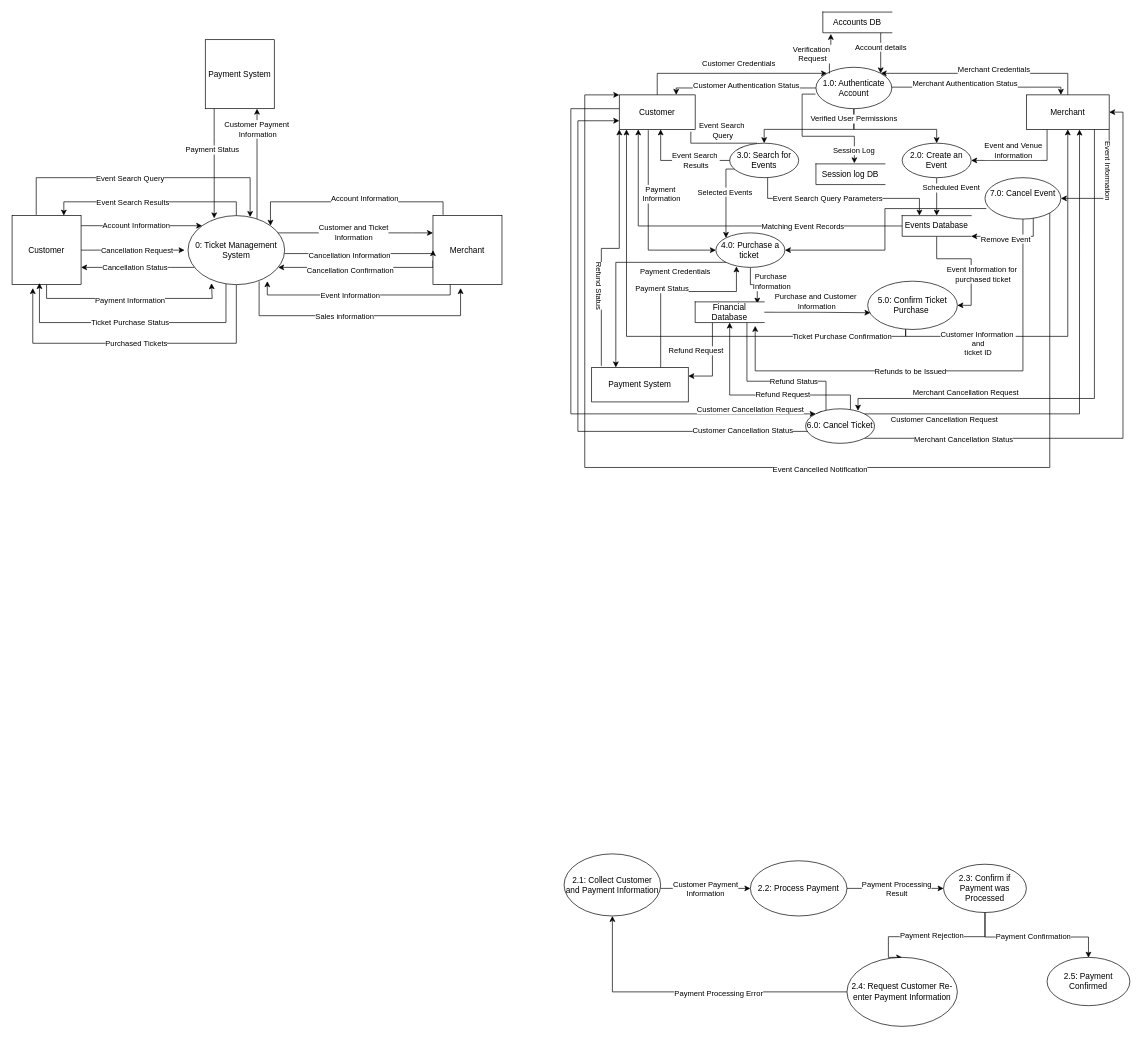
The draw.io diagram ITEC 630 DFD Ticket Mangement System .drawio in SteveWChang/UMGC-ITEC--630-Ticketing-System-Modeling-and-Analysis, before the edit. Source tidied: cells renumbered, new cells numbered last; positions are measured from the earlier drawing's top-left corner, leaving out a move shared by most shapes. Both pictures are drawn from the tidied source at 69%, with x=0, y=0 at pixel (12, 12).
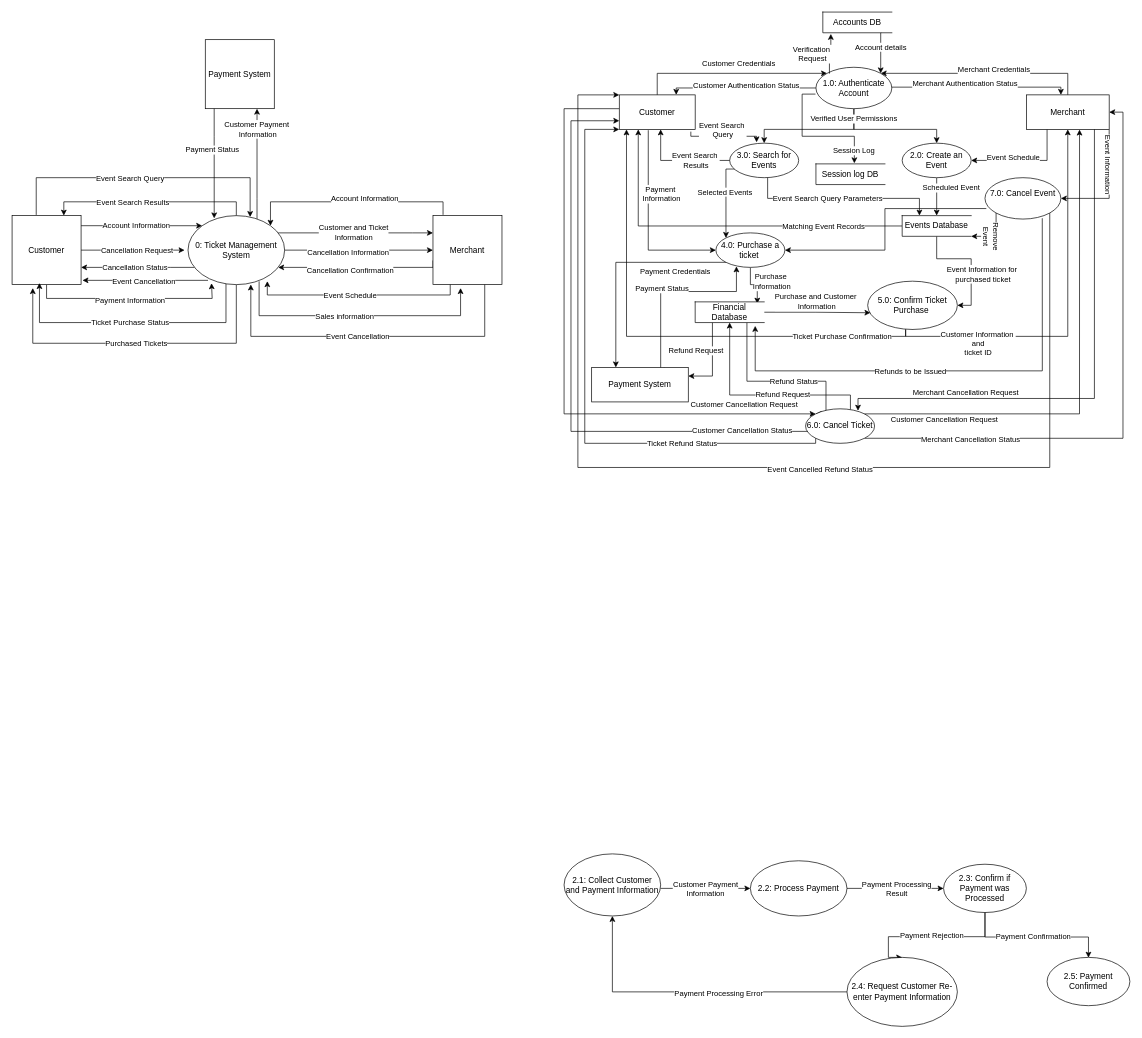
The same diagram, later.

Unchanged cells that the change refers to:
```xml
<mxCell id="2" style="edgeStyle=orthogonalEdgeStyle;rounded=0;jettySize=auto;html=1;entryX=1;entryY=0.5;entryDx=0;entryDy=0;exitX=0.25;exitY=1;exitDx=0;exitDy=0;" parent="1" edge="1" source="10" target="28">
  <mxGeometry relative="1" as="geometry" />
</mxCell>
<mxCell id="8" style="edgeStyle=orthogonalEdgeStyle;rounded=0;jettySize=auto;html=1;exitX=1;exitY=1;exitDx=0;exitDy=0;entryX=1;entryY=0.5;entryDx=0;entryDy=0;" parent="1" edge="1" source="10" target="138">
  <mxGeometry relative="1" as="geometry" />
</mxCell>
<mxCell id="19" value="&lt;div&gt;Customer&lt;/div&gt;" style="html=1;dashed=0;whiteSpace=wrap;" parent="1" vertex="1">
  <mxGeometry y="295" width="100" height="100" as="geometry" />
</mxCell>
<mxCell id="24" value="Merchant" style="html=1;dashed=0;whiteSpace=wrap;" parent="1" vertex="1">
  <mxGeometry x="610" y="295" width="100" height="100" as="geometry" />
</mxCell>
<mxCell id="31" style="edgeStyle=orthogonalEdgeStyle;rounded=0;jettySize=auto;html=1;entryX=0.25;entryY=1;entryDx=0;entryDy=0;exitX=0;exitY=0.5;exitDx=0;exitDy=0;" parent="1" edge="1" source="33" target="45">
  <mxGeometry x="0.01" relative="1" as="geometry" />
</mxCell>
<mxCell id="33" value="Events Database" style="html=1;dashed=0;whiteSpace=wrap;shape=partialRectangle;right=0;" parent="1" vertex="1">
  <mxGeometry x="1290" y="295" width="100" height="30" as="geometry" />
</mxCell>
<mxCell id="45" value="Customer" style="html=1;dashed=0;whiteSpace=wrap;" parent="1" vertex="1">
  <mxGeometry x="880" y="120" width="110" height="50" as="geometry" />
</mxCell>
<mxCell id="50" value="Payment System" style="html=1;dashed=0;whiteSpace=wrap;" parent="1" vertex="1">
  <mxGeometry x="840" y="515" width="140" height="50" as="geometry" />
</mxCell>
<mxCell id="57" value="Financial Database" style="html=1;dashed=0;whiteSpace=wrap;shape=partialRectangle;right=0;" parent="1" vertex="1">
  <mxGeometry x="990" y="420" width="100" height="30" as="geometry" />
</mxCell>
<mxCell id="75" value="0: Ticket Management System" style="shape=ellipse;html=1;dashed=0;whiteSpace=wrap;perimeter=ellipsePerimeter;" parent="1" vertex="1">
  <mxGeometry x="255" y="295" width="140" height="100" as="geometry" />
</mxCell>
<mxCell id="99" value="3.0: Search for Events" style="shape=ellipse;html=1;dashed=0;whiteSpace=wrap;perimeter=ellipsePerimeter;" parent="1" vertex="1">
  <mxGeometry x="1040" y="190" width="100" height="50" as="geometry" />
</mxCell>
<mxCell id="102" style="edgeStyle=orthogonalEdgeStyle;rounded=0;jettySize=auto;html=1;entryX=0.821;entryY=0.95;entryDx=0;entryDy=0;entryPerimeter=0;exitX=0.25;exitY=1;exitDx=0;exitDy=0;" parent="1" edge="1" source="24" target="75">
  <mxGeometry x="-0.08" relative="1" as="geometry">
    <Array as="points">
      <mxPoint x="635" y="410" />
      <mxPoint x="369.9" y="410" />
    </Array>
  </mxGeometry>
</mxCell>
<mxCell id="126" style="edgeStyle=orthogonalEdgeStyle;rounded=0;jettySize=auto;html=1;exitX=1;exitY=1;exitDx=0;exitDy=0;entryX=1;entryY=0.5;entryDx=0;entryDy=0;" parent="1" edge="1" source="128" target="10">
  <mxGeometry relative="1" as="geometry" />
</mxCell>
<mxCell id="128" value="&lt;div&gt;6.0: Cancel Ticket&lt;/div&gt;" style="shape=ellipse;html=1;dashed=0;whiteSpace=wrap;perimeter=ellipsePerimeter;" parent="1" vertex="1">
  <mxGeometry x="1150" y="575" width="100" height="50" as="geometry" />
</mxCell>
<mxCell id="138" value="&lt;div&gt;7.0: Cancel Event&lt;/div&gt;&lt;div&gt;&lt;br&gt;&lt;/div&gt;" style="shape=ellipse;html=1;dashed=0;whiteSpace=wrap;perimeter=ellipsePerimeter;" parent="1" vertex="1">
  <mxGeometry x="1410" y="240" width="110" height="60" as="geometry" />
</mxCell>
```

Change to the diagram source:
```diff
@@
-    <mxCell id="3" value="&lt;div&gt;Event and Venue&lt;/div&gt;&lt;div&gt;Information&lt;/div&gt;" style="edgeLabel;html=1;align=center;verticalAlign=middle;" parent="2" vertex="1">
+    <mxCell id="3" value="&lt;div&gt;Event Schedule&lt;/div&gt;" style="edgeLabel;html=1;align=center;verticalAlign=middle;" parent="2" vertex="1">
       <mxGeometry x="-0.17" y="-1" relative="1" as="geometry">
-        <mxPoint x="-31" y="-14" as="offset" />
+        <mxPoint x="-31" y="-4" as="offset" />
       </mxGeometry>
     </mxCell>
@@
     <mxCell id="9" value="&lt;div&gt;Event Information&lt;/div&gt;" style="edgeLabel;html=1;align=center;verticalAlign=middle;rotation=90;" parent="8" vertex="1">
       <mxGeometry x="-0.59" y="-1" relative="1" as="geometry">
-        <mxPoint x="1" y="24" as="offset" />
+        <mxPoint x="1" y="15" as="offset" />
       </mxGeometry>
     </mxCell>
@@
     <mxCell id="32" value="Matching Event Records" style="edgeLabel;html=1;align=center;verticalAlign=middle;" parent="31" vertex="1">
       <mxGeometry x="0.34" relative="1" as="geometry">
-        <mxPoint x="205" as="offset" />
+        <mxPoint x="235" as="offset" />
       </mxGeometry>
     </mxCell>
@@
-    <mxCell id="41" style="edgeStyle=orthogonalEdgeStyle;rounded=0;jettySize=auto;html=1;entryX=0.104;entryY=0.188;entryDx=0;entryDy=0;exitX=0.943;exitY=1.065;exitDx=0;exitDy=0;exitPerimeter=0;entryPerimeter=0;" parent="1" edge="1" source="45" target="99">
-      <mxGeometry x="0.04" relative="1" as="geometry">
+    <mxCell id="41" style="edgeStyle=orthogonalEdgeStyle;rounded=0;jettySize=auto;html=1;entryX=0.39;entryY=-0.025;entryDx=0;entryDy=0;exitX=0.943;exitY=1.065;exitDx=0;exitDy=0;exitPerimeter=0;entryPerimeter=0;" parent="1" edge="1" source="45" target="99">
+      <mxGeometry x="0.39" relative="1" as="geometry">
         <Array as="points">
-          <mxPoint x="983.7" y="190" />
-          <mxPoint x="1079.6" y="190" />
+          <mxPoint x="983.7" y="180" />
+          <mxPoint x="1079" y="180" />
         </Array>
       </mxGeometry>
     </mxCell>
     <mxCell id="42" value="&lt;div&gt;Event Search&amp;nbsp;&lt;/div&gt;&lt;div&gt;Query&lt;/div&gt;" style="edgeLabel;html=1;align=center;verticalAlign=middle;" parent="41" vertex="1">
-      <mxGeometry x="0.1" y="2" relative="1" as="geometry">
-        <mxPoint x="-20" y="-17" as="offset" />
+      <mxGeometry x="0.47" y="2" relative="1" as="geometry">
+        <mxPoint x="-28" y="-8" as="offset" />
       </mxGeometry>
     </mxCell>
@@
-    <mxCell id="48" style="edgeStyle=orthogonalEdgeStyle;rounded=0;jettySize=auto;html=1;exitX=0.1;exitY=-0.045;exitDx=0;exitDy=0;entryX=0;entryY=1;entryDx=0;entryDy=0;exitPerimeter=0;" parent="1" edge="1" source="50" target="45">
-      <mxGeometry x="-0.04" relative="1" as="geometry" />
+    <mxCell id="48" style="edgeStyle=orthogonalEdgeStyle;rounded=0;jettySize=auto;html=1;exitX=0;exitY=1;exitDx=0;exitDy=0;entryX=0;entryY=1;entryDx=0;entryDy=0;" parent="1" edge="1" source="128" target="45">
+      <mxGeometry x="0.45" relative="1" as="geometry">
+        <Array as="points">
+          <mxPoint x="1164.6" y="625" />
+          <mxPoint x="830" y="625" />
+          <mxPoint x="830" y="170" />
+        </Array>
+      </mxGeometry>
     </mxCell>
-    <mxCell id="49" value="&lt;div&gt;Refund Status&lt;/div&gt;" style="edgeLabel;html=1;align=center;verticalAlign=middle;rotation=90;" parent="48" vertex="1">
-      <mxGeometry x="-0.24" y="3" relative="1" as="geometry">
-        <mxPoint y="23" as="offset" />
+    <mxCell id="49" value="&lt;div&gt;Ticket Refund Status&lt;/div&gt;" style="edgeLabel;html=1;align=center;verticalAlign=middle;rotation=0;" parent="48" vertex="1">
+      <mxGeometry x="0.35" y="3" relative="1" as="geometry">
+        <mxPoint x="143" y="230" as="offset" />
       </mxGeometry>
     </mxCell>
@@
     <mxCell id="65" style="edgeStyle=orthogonalEdgeStyle;rounded=0;jettySize=auto;html=1;entryX=0;entryY=0.5;entryDx=0;entryDy=0;" parent="1" edge="1" source="75" target="24">
-      <mxGeometry relative="1" as="geometry">
-        <Array as="points">
-          <mxPoint x="610" y="350" />
-        </Array>
-      </mxGeometry>
+      <mxGeometry relative="1" as="geometry" />
     </mxCell>
@@
-    <mxCell id="103" value="&lt;div&gt;Event Information&lt;/div&gt;" style="edgeLabel;html=1;align=center;verticalAlign=middle;" parent="102" vertex="1">
+    <mxCell id="103" value="&lt;div&gt;Event Schedule&lt;/div&gt;" style="edgeLabel;html=1;align=center;verticalAlign=middle;" parent="102" vertex="1">
       <mxGeometry x="-0.19" relative="1" as="geometry">
         <mxPoint x="-39" as="offset" />
       </mxGeometry>
     </mxCell>
@@
     <mxCell id="124" style="edgeStyle=orthogonalEdgeStyle;rounded=0;jettySize=auto;html=1;exitX=0;exitY=1;exitDx=0;exitDy=0;entryX=0;entryY=0.75;entryDx=0;entryDy=0;" parent="1" edge="1" source="128" target="45">
       <mxGeometry relative="1" as="geometry">
         <Array as="points">
-          <mxPoint x="820" y="607.7" />
-          <mxPoint x="820" y="157.5" />
+          <mxPoint x="1164.6" y="607.7" />
+          <mxPoint x="810" y="607.7" />
+          <mxPoint x="810" y="157.5" />
         </Array>
       </mxGeometry>
     </mxCell>
     <mxCell id="125" value="Customer Cancellation Status" style="edgeLabel;html=1;align=center;verticalAlign=middle;" parent="124" vertex="1">
-      <mxGeometry x="-0.48" y="-1" relative="1" as="geometry">
+      <mxGeometry x="-0.49" y="-1" relative="1" as="geometry">
         <mxPoint x="109" as="offset" />
       </mxGeometry>
     </mxCell>
@@
     <mxCell id="127" value="Merchant Cancellation Status" style="edgeLabel;html=1;align=center;verticalAlign=middle;" parent="126" vertex="1">
       <mxGeometry x="-0.76" y="-2" relative="1" as="geometry">
-        <mxPoint x="39" as="offset" />
+        <mxPoint x="49" as="offset" />
       </mxGeometry>
     </mxCell>
@@
     <mxCell id="129" style="edgeStyle=orthogonalEdgeStyle;rounded=0;jettySize=auto;html=1;entryX=0;entryY=0;entryDx=0;entryDy=0;" parent="1" edge="1" target="128">
       <mxGeometry x="-0.02" relative="1" as="geometry">
         <mxPoint x="879.8" y="140" as="sourcePoint" />
         <Array as="points">
-          <mxPoint x="809.8" y="140" />
-          <mxPoint x="809.8" y="582.3" />
+          <mxPoint x="800" y="140" />
+          <mxPoint x="800" y="582.3" />
         </Array>
       </mxGeometry>
     </mxCell>
@@
     <mxCell id="133" style="edgeStyle=orthogonalEdgeStyle;rounded=0;jettySize=auto;html=1;exitX=1;exitY=1;exitDx=0;exitDy=0;entryX=0;entryY=0;entryDx=0;entryDy=0;" parent="1" edge="1" source="138" target="45">
-      <mxGeometry x="-0.04" relative="1" as="geometry">
+      <mxGeometry x="-0.06" relative="1" as="geometry">
         <Array as="points">
           <mxPoint x="1503.9" y="660" />
-          <mxPoint x="830" y="660" />
-          <mxPoint x="830" y="120" />
+          <mxPoint x="820" y="660" />
+          <mxPoint x="820" y="120" />
         </Array>
       </mxGeometry>
     </mxCell>
-    <mxCell id="134" value="Event Cancelled Notification" style="edgeLabel;html=1;align=center;verticalAlign=middle;" parent="133" vertex="1">
-      <mxGeometry x="-0.14" y="2" relative="1" as="geometry" />
+    <mxCell id="134" value="Event Cancelled Refund Status" style="edgeLabel;html=1;align=center;verticalAlign=middle;" parent="133" vertex="1">
+      <mxGeometry x="-0.15" y="2" relative="1" as="geometry" />
     </mxCell>
-    <mxCell id="135" style="edgeStyle=orthogonalEdgeStyle;rounded=0;jettySize=auto;html=1;entryX=0.87;entryY=1.159;entryDx=0;entryDy=0;entryPerimeter=0;" parent="1" edge="1" source="138" target="57">
-      <mxGeometry relative="1" as="geometry">
+    <mxCell id="135" style="edgeStyle=orthogonalEdgeStyle;rounded=0;jettySize=auto;html=1;entryX=0.87;entryY=1.159;entryDx=0;entryDy=0;entryPerimeter=0;exitX=0.755;exitY=0.979;exitDx=0;exitDy=0;exitPerimeter=0;" parent="1" edge="1" source="138" target="57">
+      <mxGeometry x="0.04" relative="1" as="geometry">
         <Array as="points">
-          <mxPoint x="1465" y="520" />
+          <mxPoint x="1493.1" y="520" />
           <mxPoint x="1077" y="520" />
         </Array>
       </mxGeometry>
     </mxCell>
     <mxCell id="136" value="Refunds to be Issued" style="edgeLabel;html=1;align=center;verticalAlign=middle;" parent="135" vertex="1">
-      <mxGeometry x="0.08" y="3" relative="1" as="geometry">
+      <mxGeometry x="0.12" y="3" relative="1" as="geometry">
         <mxPoint x="-20" y="-3" as="offset" />
       </mxGeometry>
     </mxCell>
@@
-    <mxCell id="139" style="edgeStyle=orthogonalEdgeStyle;rounded=0;jettySize=auto;html=1;entryX=1;entryY=1;entryDx=0;entryDy=0;" parent="1" edge="1" source="138" target="33">
-      <mxGeometry x="-0.12" relative="1" as="geometry">
+    <mxCell id="139" style="edgeStyle=orthogonalEdgeStyle;rounded=0;jettySize=auto;html=1;entryX=1;entryY=1;entryDx=0;entryDy=0;exitX=0;exitY=1;exitDx=0;exitDy=0;" parent="1" edge="1" source="138" target="33">
+      <mxGeometry x="0.27" relative="1" as="geometry">
         <Array as="points">
-          <mxPoint x="1480" y="325" />
+          <mxPoint x="1426.1" y="325" />
         </Array>
       </mxGeometry>
     </mxCell>
-    <mxCell id="140" value="Remove Event" style="edgeLabel;html=1;align=center;verticalAlign=middle;" parent="139" vertex="1">
-      <mxGeometry x="0.16" y="3" relative="1" as="geometry" />
+    <mxCell id="140" value="&lt;div&gt;Remove&lt;/div&gt;&lt;div&gt;Event&lt;/div&gt;" style="edgeLabel;html=1;align=center;verticalAlign=middle;rotation=90;" parent="139" vertex="1">
+      <mxGeometry x="0.45" y="3" relative="1" as="geometry">
+        <mxPoint x="11" y="-3" as="offset" />
+      </mxGeometry>
     </mxCell>
+    <mxCell id="141" style="edgeStyle=orthogonalEdgeStyle;rounded=0;jettySize=auto;html=1;exitX=0.75;exitY=1;exitDx=0;exitDy=0;entryX=0.65;entryY=0.998;entryDx=0;entryDy=0;entryPerimeter=0;" parent="1" edge="1" source="24" target="75">
+      <mxGeometry relative="1" as="geometry">
+        <Array as="points">
+          <mxPoint x="685" y="470" />
+          <mxPoint x="346" y="470" />
+        </Array>
+      </mxGeometry>
+    </mxCell>
+    <mxCell id="142" value="Event Cancellation" style="edgeLabel;html=1;align=center;verticalAlign=middle;" parent="141" vertex="1">
+      <mxGeometry x="-0.17" relative="1" as="geometry">
+        <mxPoint x="-57" as="offset" />
+      </mxGeometry>
+    </mxCell>
+    <mxCell id="143" style="edgeStyle=orthogonalEdgeStyle;rounded=0;jettySize=auto;html=1;exitX=0.207;exitY=0.938;exitDx=0;exitDy=0;entryX=1.02;entryY=0.938;entryDx=0;entryDy=0;entryPerimeter=0;exitPerimeter=0;" parent="1" edge="1" source="75" target="19">
+      <mxGeometry relative="1" as="geometry" />
+    </mxCell>
+    <mxCell id="144" value="Event Cancellation" style="edgeLabel;html=1;align=center;verticalAlign=middle;" parent="143" vertex="1">
+      <mxGeometry x="0.02" y="1" relative="1" as="geometry" />
+    </mxCell>
```
